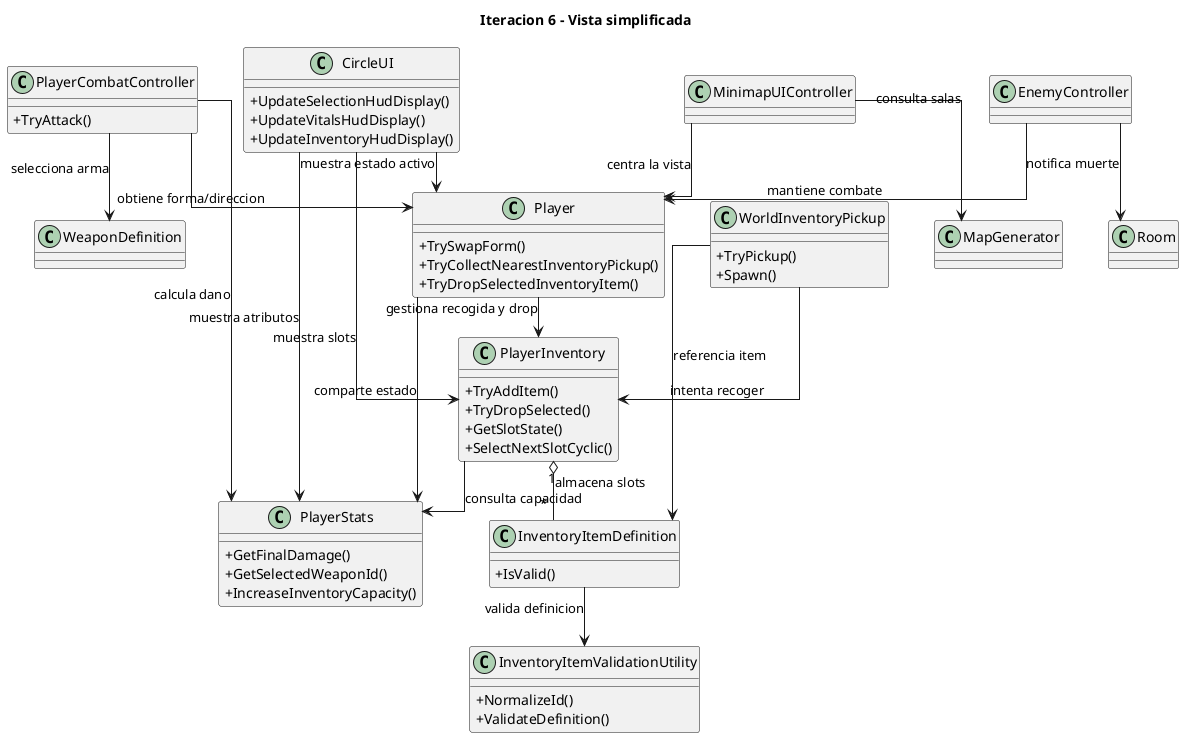
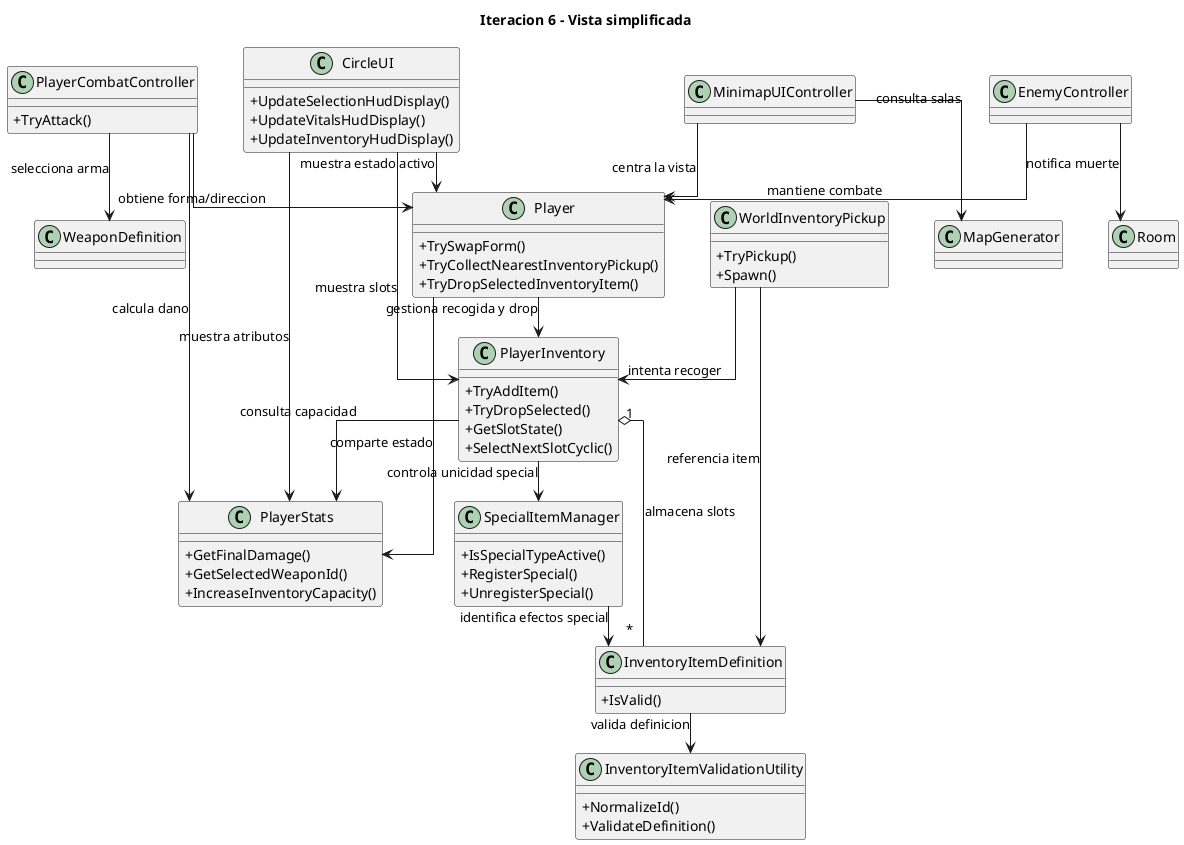
@startuml
skinparam backgroundColor white
skinparam shadowing false
skinparam classAttributeIconSize 0
skinparam packageStyle rectangle
skinparam linetype ortho
skinparam nodesep 45
skinparam ranksep 40

title Iteracion 6 - Vista simplificada

class CircleUI {
  +UpdateSelectionHudDisplay()
  +UpdateVitalsHudDisplay()
  +UpdateInventoryHudDisplay()
}

class MinimapUIController

class MapGenerator

class Player {
  +TrySwapForm()
  +TryCollectNearestInventoryPickup()
  +TryDropSelectedInventoryItem()
}

class PlayerStats {
  +GetFinalDamage()
  +GetSelectedWeaponId()
  +IncreaseInventoryCapacity()
}

class PlayerCombatController {
  +TryAttack()
}

class PlayerInventory {
  +TryAddItem()
  +TryDropSelected()
  +GetSlotState()
  +SelectNextSlotCyclic()
}

class InventoryItemDefinition {
  +IsValid()
}

class InventoryItemValidationUtility {
  +NormalizeId()
  +ValidateDefinition()
}

+ class SpecialItemManager {
+   +IsSpecialTypeActive()
+   +RegisterSpecial()
+   +UnregisterSpecial()
+ }
+ 
class WorldInventoryPickup {
  +TryPickup()
  +Spawn()
}

class WeaponDefinition
class EnemyController
class Room

CircleUI --> Player : muestra estado activo
CircleUI --> PlayerStats : muestra atributos
CircleUI --> PlayerInventory : muestra slots

MinimapUIController --> MapGenerator : consulta salas
MinimapUIController --> Player : centra la vista

Player --> PlayerStats : comparte estado
Player --> PlayerInventory : gestiona recogida y drop
PlayerCombatController --> Player : obtiene forma/direccion
PlayerCombatController --> PlayerStats : calcula dano
PlayerCombatController --> WeaponDefinition : selecciona arma

PlayerInventory --> PlayerStats : consulta capacidad
+ PlayerInventory --> SpecialItemManager : controla unicidad special
PlayerInventory "1" o-- "*" InventoryItemDefinition : almacena slots
InventoryItemDefinition --> InventoryItemValidationUtility : valida definicion

WorldInventoryPickup --> InventoryItemDefinition : referencia item
WorldInventoryPickup --> PlayerInventory : intenta recoger

+ SpecialItemManager --> InventoryItemDefinition : identifica efectos special
+ 
EnemyController --> Player : mantiene combate
EnemyController --> Room : notifica muerte

@enduml
